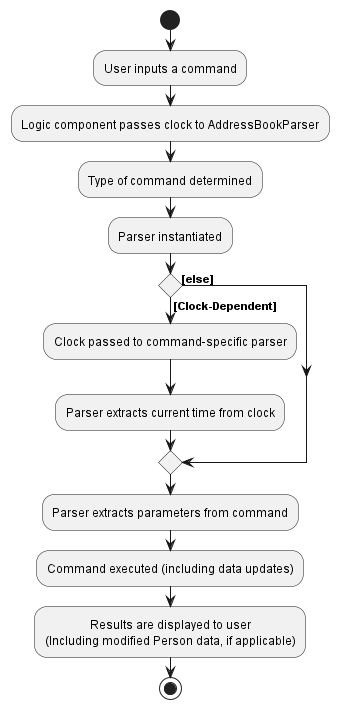
Earlier version of the PlantUML export docs/images/LastModifiedDateTimeActivityDiagram.png (xavierpok/tp).
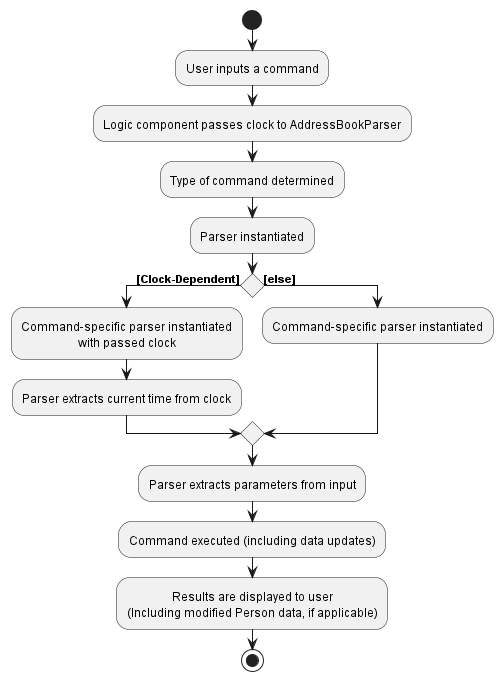
The same diagram one commit later.

Commit message:
Make slight revision to diagram

Diff of the diagram source:
```diff
@@ -12,15 +12,17 @@
 
 If () then ([Clock-Dependent])
 
-:Clock passed to command-specific parser;
+:Command-specific parser instantiated
+with passed clock;
 
 :Parser extracts current time from clock;
 
 
 else ([else])
+    :Command-specific parser instantiated;
 endif
 
-:Parser extracts parameters from command;
+:Parser extracts parameters from input;
 :Command executed (including data updates);
 :Results are displayed to user
 (Including modified Person data, if applicable);
```
